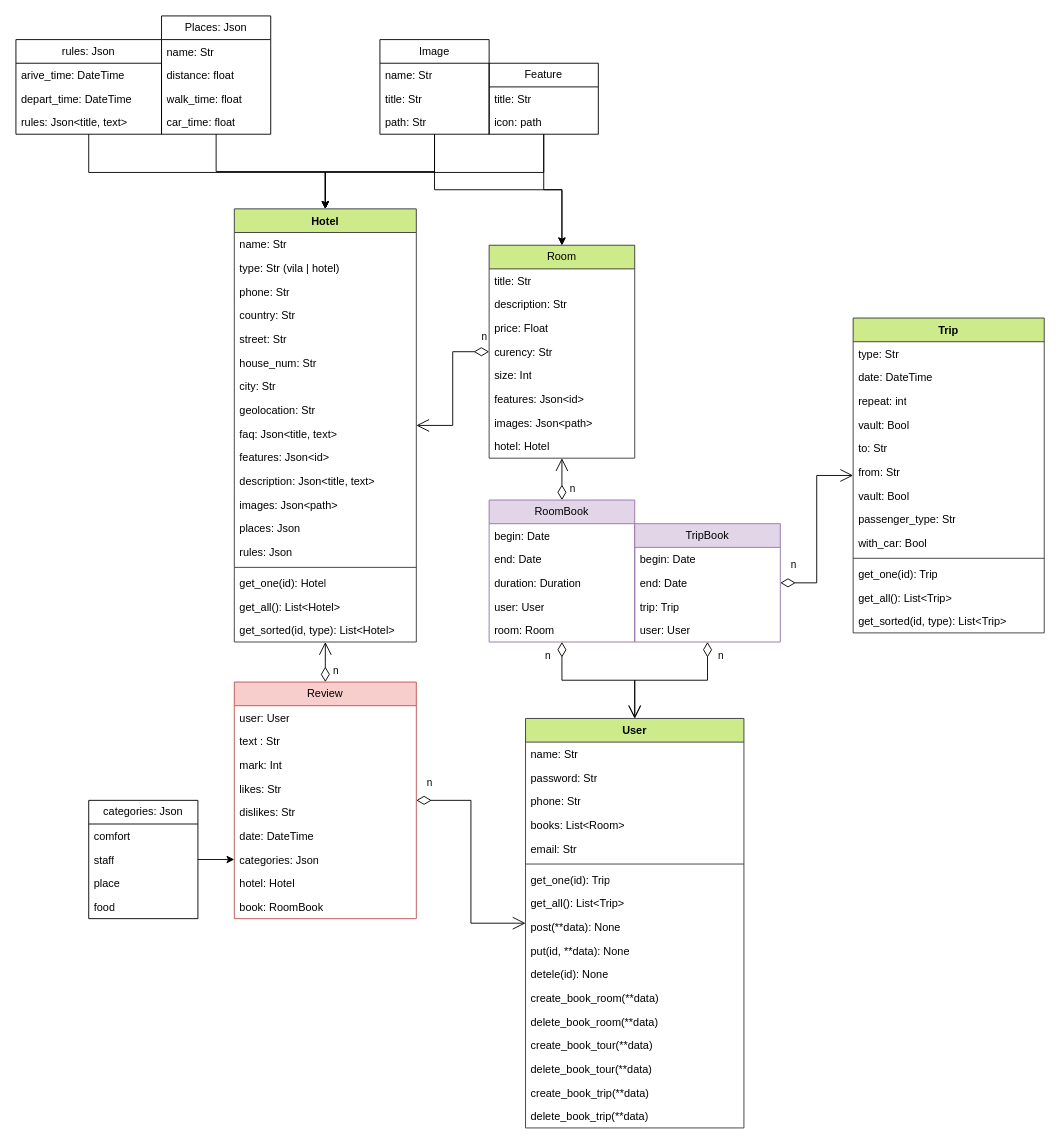
Before: diagrams/Classes.drawio in ECode-Team/AliBaba, a draw.io diagram. Source tidied: cells renumbered, new cells numbered last; positions are measured from the earlier drawing's top-left corner, leaving out a move shared by most shapes. Both pictures are drawn from the tidied source at 91%, with x=0, y=0 at pixel (15, 15).
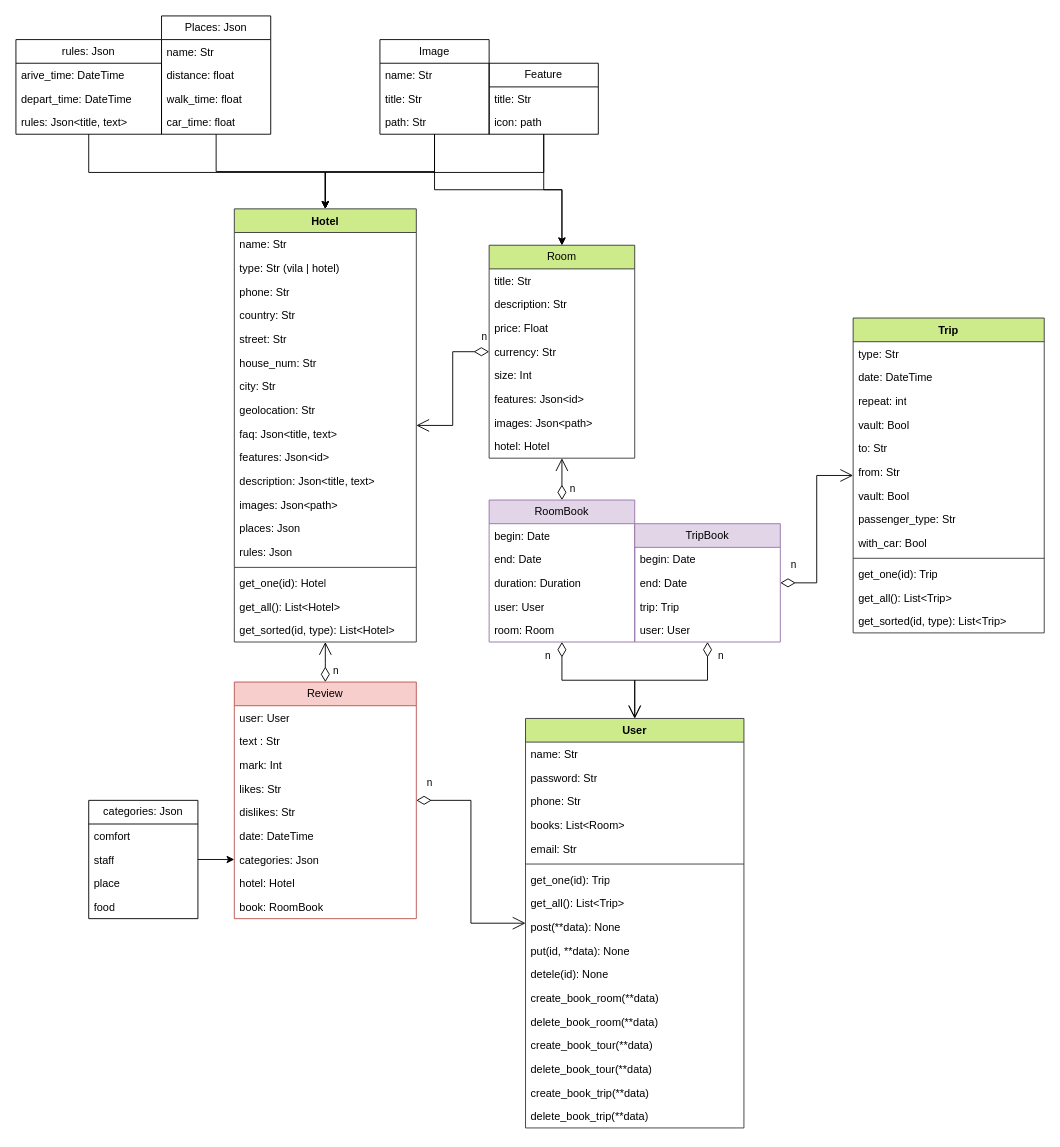
The same page after the edit.

Unchanged cells that the change refers to:
```xml
<mxCell id="23" value="Room" style="swimlane;fontStyle=0;horizontal=1;startSize=26;fillColor=#cdeb8b;whiteSpace=wrap;html=1;strokeColor=#36393d;" parent="1" vertex="1">
  <mxGeometry x="520" y="252" width="160" height="234" as="geometry" />
</mxCell>
```

Diff of the diagram source:
```diff
@@
-    <mxCell id="27" value="curency: Str" style="text;strokeColor=none;fillColor=none;align=left;verticalAlign=top;spacingLeft=4;spacingRight=4;overflow=hidden;whiteSpace=wrap;html=1;" parent="23" vertex="1">
+    <mxCell id="27" value="currency: Str" style="text;strokeColor=none;fillColor=none;align=left;verticalAlign=top;spacingLeft=4;spacingRight=4;overflow=hidden;whiteSpace=wrap;html=1;" parent="23" vertex="1">
       <mxGeometry y="104" width="160" height="26" as="geometry" />
     </mxCell>
```
